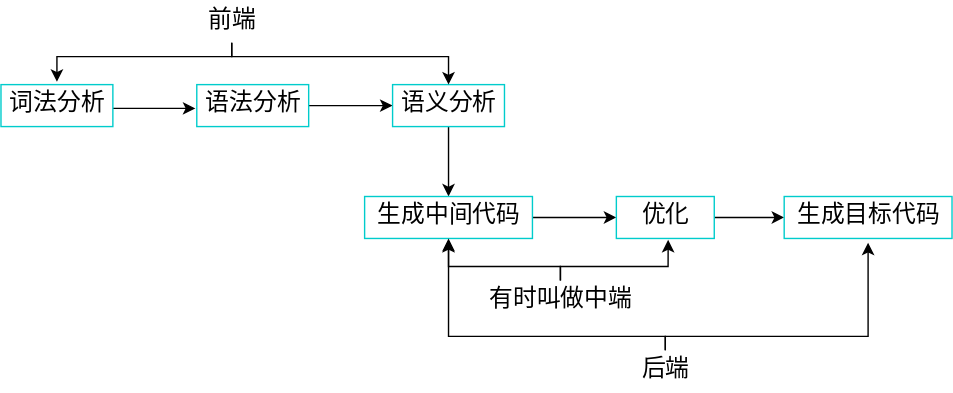
prehonor/document keeps this draw.io diagram as emacs Diagram.drawio.svg. Above is the earlier version. Source tidied: cells renumbered, new cells last; positions are measured from the earlier drawing's top-left corner, leaving out a move shared by most shapes.
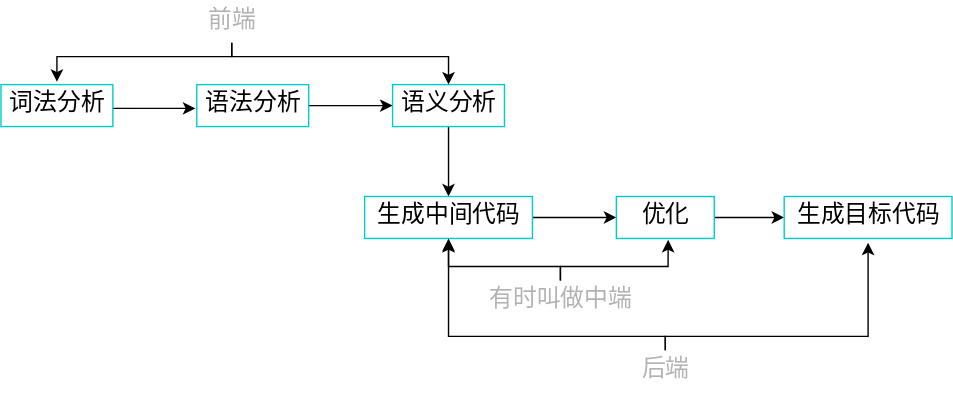
After the commit.

The edit, as a diff of the source:
```diff
@@ -42,7 +42,7 @@
         </Array>
       </mxGeometry>
     </mxCell>
-    <mxCell id="10" value="前端" style="text;html=1;align=center;verticalAlign=middle;points=[];fillColor=none;strokeColor=none;rounded=0;fontFamily=Courier New;fontSize=17;" parent="1" vertex="1">
+    <mxCell id="10" value="前端" style="text;html=1;align=center;verticalAlign=middle;points=[];fillColor=none;strokeColor=none;rounded=0;fontFamily=Courier New;fontSize=17;fontColor=#B3B3B3;" parent="1" vertex="1">
       <mxGeometry x="140" width="50" height="30" as="geometry" />
     </mxCell>
     <mxCell id="11" style="edgeStyle=orthogonalEdgeStyle;rounded=0;jettySize=auto;html=1;fontFamily=Courier New;fontSize=17;labelBorderColor=#00FFFF;" parent="1" edge="1" source="12" target="14">
@@ -76,7 +76,7 @@
         </Array>
       </mxGeometry>
     </mxCell>
-    <mxCell id="18" value="有时叫做中端" style="text;html=1;align=center;verticalAlign=middle;points=[];fillColor=none;strokeColor=none;rounded=0;fontFamily=Courier New;fontSize=17;" parent="1" vertex="1">
+    <mxCell id="18" value="有时叫做中端" style="text;html=1;align=center;verticalAlign=middle;points=[];fillColor=none;strokeColor=none;rounded=0;fontFamily=Courier New;fontSize=17;fontColor=#B3B3B3;" parent="1" vertex="1">
       <mxGeometry x="340" y="200" width="120" height="30" as="geometry" />
     </mxCell>
     <mxCell id="19" style="edgeStyle=orthogonalEdgeStyle;rounded=0;jettySize=auto;html=1;entryX=0.5;entryY=1.033;entryDx=0;entryDy=0;entryPerimeter=0;fontFamily=Courier New;fontSize=17;" parent="1" edge="1" source="21" target="12">
@@ -95,7 +95,7 @@
         </Array>
       </mxGeometry>
     </mxCell>
-    <mxCell id="21" value="后端" style="text;html=1;align=center;verticalAlign=middle;points=[];fillColor=none;strokeColor=none;rounded=0;fontFamily=Courier New;fontSize=17;" parent="1" vertex="1">
+    <mxCell id="21" value="后端" style="text;html=1;align=center;verticalAlign=middle;points=[];fillColor=none;strokeColor=none;rounded=0;fontFamily=Courier New;fontSize=17;fontColor=#B3B3B3;" parent="1" vertex="1">
       <mxGeometry x="450" y="250" width="50" height="30" as="geometry" />
     </mxCell>
   </root>
```
